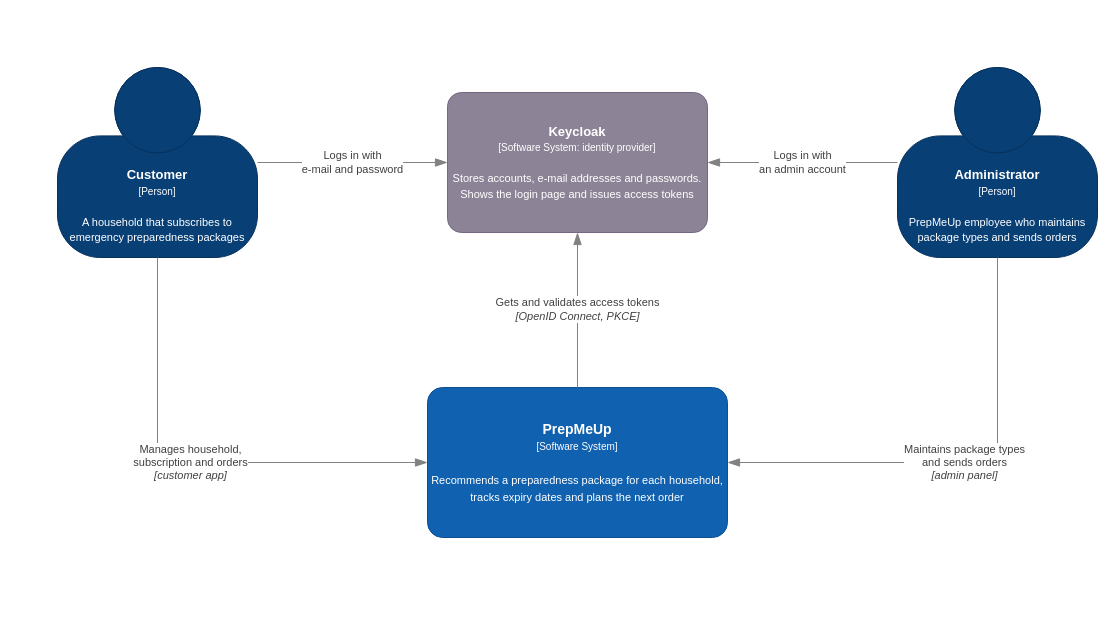
Before: docs/assets/drawio/c4-context.drawio in Mosekjaer/prepmeup, a draw.io diagram. Source tidied: cells renumbered, new cells numbered last; positions are measured from the earlier drawing's top-left corner, leaving out a move shared by most shapes. Both pictures are drawn from the tidied source at 100%, with x=0, y=0 at pixel (57, 67).
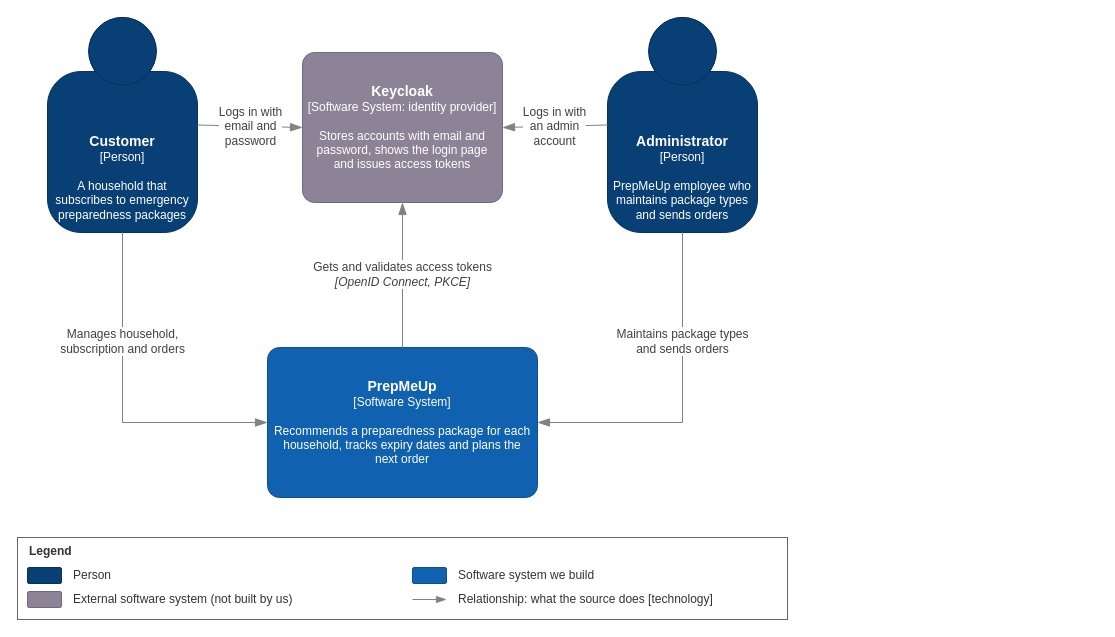
After the change.

Commit message (it also covers changes not shown here):
docs(diagrams): align C4, package and dependency diagrams

What changed in the source:
```diff
@@
-    <mxCell id="2" value="&lt;b&gt;Customer&lt;/b&gt;&lt;br&gt;&lt;span style=&quot;font-size:10px&quot;&gt;[Person]&lt;/span&gt;&lt;br&gt;&lt;br&gt;&lt;span style=&quot;font-size:11px&quot;&gt;A household that subscribes to emergency preparedness packages&lt;/span&gt;" style="shape=mxgraph.c4.person2;html=1;whiteSpace=wrap;fontSize=13;fontColor=#ffffff;align=center;verticalAlign=bottom;spacingBottom=10;fillColor=#083F75;strokeColor=#06315C;" parent="1" vertex="1">
-      <mxGeometry width="200" height="190" as="geometry" />
+    <mxCell id="2" value="&lt;b style=&quot;font-size:14px&quot;&gt;Customer&lt;/b&gt;&lt;br&gt;[Person]&lt;br&gt;&lt;br&gt;A household that subscribes to emergency preparedness packages" style="shape=mxgraph.c4.person2;html=1;whiteSpace=wrap;fontSize=12;fontFamily=Arial;fontColor=#ffffff;align=center;verticalAlign=bottom;spacingBottom=8;spacingLeft=4;spacingRight=4;fillColor=#083F75;strokeColor=#06315C;" parent="1" vertex="1">
+      <mxGeometry x="-10" y="-50" width="150" height="215" as="geometry" />
     </mxCell>
-    <mxCell id="3" value="&lt;b&gt;Administrator&lt;/b&gt;&lt;br&gt;&lt;span style=&quot;font-size:10px&quot;&gt;[Person]&lt;/span&gt;&lt;br&gt;&lt;br&gt;&lt;span style=&quot;font-size:11px&quot;&gt;PrepMeUp employee who maintains package types and sends orders&lt;/span&gt;" style="shape=mxgraph.c4.person2;html=1;whiteSpace=wrap;fontSize=13;fontColor=#ffffff;align=center;verticalAlign=bottom;spacingBottom=10;fillColor=#083F75;strokeColor=#06315C;" parent="1" vertex="1">
-      <mxGeometry x="840" width="200" height="190" as="geometry" />
+    <mxCell id="3" value="&lt;b style=&quot;font-size:14px&quot;&gt;Administrator&lt;/b&gt;&lt;br&gt;[Person]&lt;br&gt;&lt;br&gt;PrepMeUp employee who maintains package types and sends orders" style="shape=mxgraph.c4.person2;html=1;whiteSpace=wrap;fontSize=12;fontFamily=Arial;fontColor=#ffffff;align=center;verticalAlign=bottom;spacingBottom=8;spacingLeft=4;spacingRight=4;fillColor=#083F75;strokeColor=#06315C;" parent="1" vertex="1">
+      <mxGeometry x="550" y="-50" width="150" height="215" as="geometry" />
     </mxCell>
-    <mxCell id="4" value="&lt;b&gt;Keycloak&lt;/b&gt;&lt;br&gt;&lt;span style=&quot;font-size:10px&quot;&gt;[Software System: identity provider]&lt;/span&gt;&lt;br&gt;&lt;br&gt;&lt;span style=&quot;font-size:11px&quot;&gt;Stores accounts, e-mail addresses and passwords. Shows the login page and issues access tokens&lt;/span&gt;" style="rounded=1;arcSize=10;html=1;whiteSpace=wrap;fontSize=13;fontColor=#ffffff;align=center;fillColor=#8C8496;strokeColor=#736782;" parent="1" vertex="1">
-      <mxGeometry x="390" y="25" width="260" height="140" as="geometry" />
+    <mxCell id="4" value="&lt;b style=&quot;font-size:14px&quot;&gt;Keycloak&lt;/b&gt;&lt;br&gt;[Software System: identity provider]&lt;br&gt;&lt;br&gt;Stores accounts with email and password, shows the login page and issues access tokens" style="rounded=1;arcSize=8;html=1;whiteSpace=wrap;fontSize=12;fontFamily=Arial;fontColor=#ffffff;align=center;spacing=6;fillColor=#8C8496;strokeColor=#736782;" parent="1" vertex="1">
+      <mxGeometry x="245" y="-15" width="200" height="150" as="geometry" />
     </mxCell>
-    <mxCell id="5" value="&lt;b&gt;PrepMeUp&lt;/b&gt;&lt;br&gt;&lt;span style=&quot;font-size:10px&quot;&gt;[Software System]&lt;/span&gt;&lt;br&gt;&lt;br&gt;&lt;span style=&quot;font-size:11px&quot;&gt;Recommends a preparedness package for each household, tracks expiry dates and plans the next order&lt;/span&gt;" style="rounded=1;arcSize=10;html=1;whiteSpace=wrap;fontSize=14;fontColor=#ffffff;align=center;fillColor=#1061B0;strokeColor=#0D5091;" parent="1" vertex="1">
-      <mxGeometry x="370" y="320" width="300" height="150" as="geometry" />
-    </mxCell>
-    <mxCell id="6" value="Logs in with&lt;br&gt;e-mail and password" style="endArrow=blockThin;endFill=1;endSize=10;html=1;fontSize=11;fontColor=#404040;strokeColor=#828282;labelBackgroundColor=#ffffff;rounded=0;exitX=1;exitY=0.5;exitDx=0;exitDy=0;entryX=0;entryY=0.5;entryDx=0;entryDy=0;" parent="1" edge="1" source="2" target="4">
+    <mxCell id="6" value="Logs in with&lt;br&gt;email and&lt;br&gt;password" style="endArrow=blockThin;endFill=1;endSize=10;html=1;fontSize=12;fontFamily=Arial;fontColor=#404040;strokeColor=#828282;labelBackgroundColor=#ffffff;rounded=0;exitX=1;exitY=0.5;exitDx=0;exitDy=0;entryX=0;entryY=0.5;entryDx=0;entryDy=0;" parent="1" edge="1" source="2" target="4">
       <mxGeometry relative="1" as="geometry" />
     </mxCell>
-    <mxCell id="7" value="Logs in with&lt;br&gt;an admin account" style="endArrow=blockThin;endFill=1;endSize=10;html=1;fontSize=11;fontColor=#404040;strokeColor=#828282;labelBackgroundColor=#ffffff;rounded=0;exitX=0;exitY=0.5;exitDx=0;exitDy=0;entryX=1;entryY=0.5;entryDx=0;entryDy=0;" parent="1" edge="1" source="3" target="4">
+    <mxCell id="7" value="Logs in with&lt;br&gt;an admin&lt;br&gt;account" style="endArrow=blockThin;endFill=1;endSize=10;html=1;fontSize=12;fontFamily=Arial;fontColor=#404040;strokeColor=#828282;labelBackgroundColor=#ffffff;rounded=0;exitX=0;exitY=0.5;exitDx=0;exitDy=0;entryX=1;entryY=0.5;entryDx=0;entryDy=0;" parent="1" edge="1" source="3" target="4">
       <mxGeometry relative="1" as="geometry" />
     </mxCell>
+    <mxCell id="5" value="&lt;b style=&quot;font-size:14px&quot;&gt;PrepMeUp&lt;/b&gt;&lt;br&gt;[Software System]&lt;br&gt;&lt;br&gt;Recommends a preparedness package for each household, tracks expiry dates and plans the next order" style="rounded=1;arcSize=8;html=1;whiteSpace=wrap;fontSize=12;fontFamily=Arial;fontColor=#ffffff;align=center;spacing=6;fillColor=#1061B0;strokeColor=#0D5091;" parent="1" vertex="1">
+      <mxGeometry x="210" y="280" width="270" height="150" as="geometry" />
+    </mxCell>
-    <mxCell id="8" value="Manages household,&lt;br&gt;subscription and orders&lt;br&gt;&lt;i&gt;[customer app]&lt;/i&gt;" style="endArrow=blockThin;endFill=1;endSize=10;html=1;fontSize=11;fontColor=#404040;strokeColor=#828282;labelBackgroundColor=#ffffff;rounded=0;edgeStyle=orthogonalEdgeStyle;exitX=0.5;exitY=1;exitDx=0;exitDy=0;entryX=0;entryY=0.5;entryDx=0;entryDy=0;" parent="1" edge="1" source="2" target="5">
-      <mxGeometry relative="1" as="geometry" />
+    <mxCell id="8" value="Manages household,&lt;br&gt;subscription and orders" style="endArrow=blockThin;endFill=1;endSize=10;html=1;fontSize=12;fontFamily=Arial;fontColor=#404040;strokeColor=#828282;labelBackgroundColor=#ffffff;rounded=0;exitX=0.5;exitY=1;exitDx=0;exitDy=0;entryX=0;entryY=0.5;entryDx=0;entryDy=0;" parent="1" edge="1" source="2" target="5">
+      <mxGeometry x="-0.35" relative="1" as="geometry">
+        <Array as="points">
+          <mxPoint x="65" y="355" />
+        </Array>
+      </mxGeometry>
     </mxCell>
-    <mxCell id="9" value="Maintains package types&lt;br&gt;and sends orders&lt;br&gt;&lt;i&gt;[admin panel]&lt;/i&gt;" style="endArrow=blockThin;endFill=1;endSize=10;html=1;fontSize=11;fontColor=#404040;strokeColor=#828282;labelBackgroundColor=#ffffff;rounded=0;edgeStyle=orthogonalEdgeStyle;exitX=0.5;exitY=1;exitDx=0;exitDy=0;entryX=1;entryY=0.5;entryDx=0;entryDy=0;" parent="1" edge="1" source="3" target="5">
-      <mxGeometry relative="1" as="geometry" />
+    <mxCell id="9" value="Maintains package types&lt;br&gt;and sends orders" style="endArrow=blockThin;endFill=1;endSize=10;html=1;fontSize=12;fontFamily=Arial;fontColor=#404040;strokeColor=#828282;labelBackgroundColor=#ffffff;rounded=0;exitX=0.5;exitY=1;exitDx=0;exitDy=0;entryX=1;entryY=0.5;entryDx=0;entryDy=0;" parent="1" edge="1" source="3" target="5">
+      <mxGeometry x="-0.35" relative="1" as="geometry">
+        <Array as="points">
+          <mxPoint x="625" y="355" />
+        </Array>
+      </mxGeometry>
     </mxCell>
-    <mxCell id="10" value="Gets and validates access tokens&lt;br&gt;&lt;i&gt;[OpenID Connect, PKCE]&lt;/i&gt;" style="endArrow=blockThin;endFill=1;endSize=10;html=1;fontSize=11;fontColor=#404040;strokeColor=#828282;labelBackgroundColor=#ffffff;rounded=0;exitX=0.5;exitY=0;exitDx=0;exitDy=0;entryX=0.5;entryY=1;entryDx=0;entryDy=0;" parent="1" edge="1" source="5" target="4">
+    <mxCell id="10" value="Gets and validates access tokens&lt;br&gt;&lt;i&gt;[OpenID Connect, PKCE]&lt;/i&gt;" style="endArrow=blockThin;endFill=1;endSize=10;html=1;fontSize=12;fontFamily=Arial;fontColor=#404040;strokeColor=#828282;labelBackgroundColor=#ffffff;rounded=0;exitX=0.5;exitY=0;exitDx=0;exitDy=0;entryX=0.5;entryY=1;entryDx=0;entryDy=0;" parent="1" edge="1" source="5" target="4">
       <mxGeometry relative="1" as="geometry" />
     </mxCell>
+    <mxCell id="11" value="Legend" style="rounded=0;whiteSpace=wrap;html=1;fillColor=none;strokeColor=#666666;fontColor=#333333;verticalAlign=top;align=left;spacingLeft=10;fontStyle=1;fontSize=12;fontFamily=Arial;" parent="1" vertex="1">
+      <mxGeometry x="-40" y="470" width="770" height="82" as="geometry" />
+    </mxCell>
+    <mxCell id="12" style="rounded=1;arcSize=10;html=1;fillColor=#083F75;strokeColor=#06315C;" parent="11" vertex="1">
+      <mxGeometry x="10" y="30" width="34" height="16" as="geometry" />
+    </mxCell>
+    <mxCell id="13" value="Person" style="text;html=1;align=left;verticalAlign=middle;fontSize=12;fontFamily=Arial;fontColor=#333333;" parent="11" vertex="1">
+      <mxGeometry x="54" y="28" width="330" height="20" as="geometry" />
+    </mxCell>
+    <mxCell id="14" style="rounded=1;arcSize=10;html=1;fillColor=#1061B0;strokeColor=#0D5091;" parent="11" vertex="1">
+      <mxGeometry x="395" y="30" width="34" height="16" as="geometry" />
+    </mxCell>
+    <mxCell id="15" value="Software system we build" style="text;html=1;align=left;verticalAlign=middle;fontSize=12;fontFamily=Arial;fontColor=#333333;" parent="11" vertex="1">
+      <mxGeometry x="439" y="28" width="330" height="20" as="geometry" />
+    </mxCell>
+    <mxCell id="16" style="rounded=1;arcSize=10;html=1;fillColor=#8C8496;strokeColor=#736782;" parent="11" vertex="1">
+      <mxGeometry x="10" y="54" width="34" height="16" as="geometry" />
+    </mxCell>
+    <mxCell id="17" value="External software system (not built by us)" style="text;html=1;align=left;verticalAlign=middle;fontSize=12;fontFamily=Arial;fontColor=#333333;" parent="11" vertex="1">
+      <mxGeometry x="54" y="52" width="330" height="20" as="geometry" />
+    </mxCell>
+    <mxCell id="18" style="endArrow=blockThin;endFill=1;endSize=8;html=1;strokeColor=#828282;" parent="11" edge="1">
+      <mxGeometry relative="1" as="geometry">
+        <mxPoint x="395" y="62" as="sourcePoint" />
+        <mxPoint x="429" y="62" as="targetPoint" />
+      </mxGeometry>
+    </mxCell>
+    <mxCell id="19" value="Relationship: what the source does [technology]" style="text;html=1;align=left;verticalAlign=middle;fontSize=12;fontFamily=Arial;fontColor=#333333;" parent="11" vertex="1">
+      <mxGeometry x="439" y="52" width="330" height="20" as="geometry" />
+    </mxCell>
```
